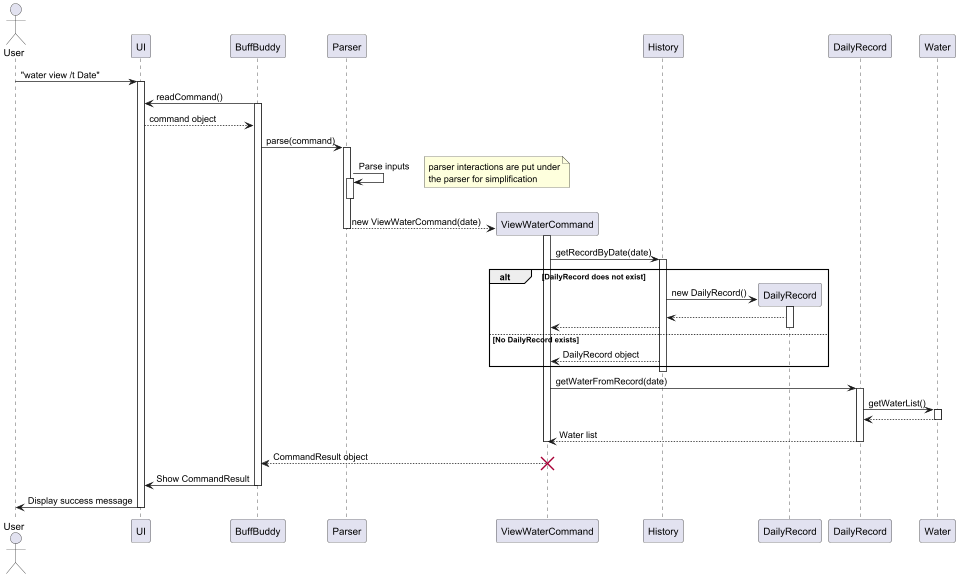
nus-cs2113-AY2425S1/tp keeps this PlantUML diagram as docs/images/viewWaterSequenceDiagram.png. Above is the earlier version.
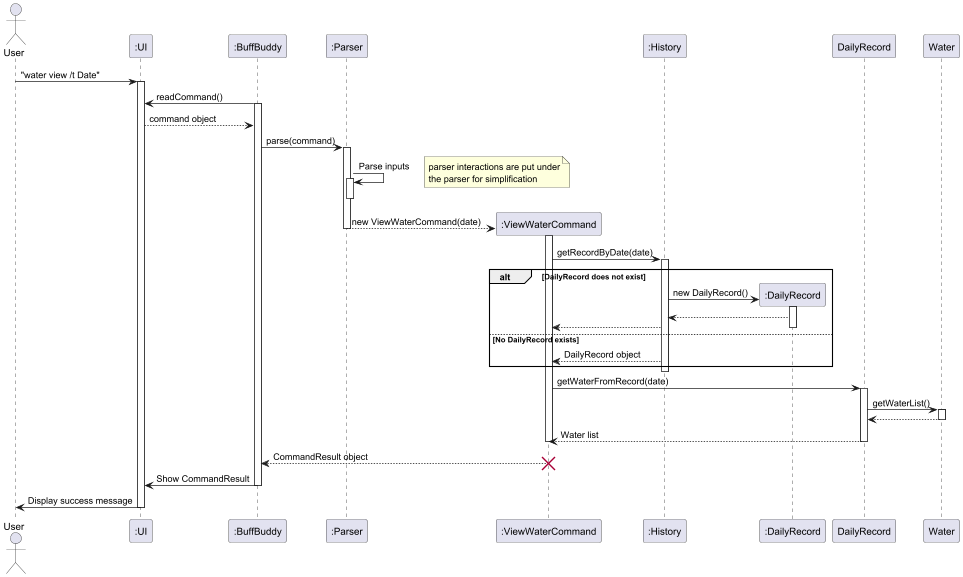
After the change.

What changed in the source:
```diff
@@ -1,12 +1,12 @@
 @startuml
 
 actor User
-participant "UI" as UI
-participant "BuffBuddy" as BB
-participant "Parser" as Parser
-participant "ViewWaterCommand" as Cmd
-participant "History" as History
-participant "DailyRecord" as DailyRec
+participant ":UI" as UI
+participant ":BuffBuddy" as BB
+participant ":Parser" as Parser
+participant ":ViewWaterCommand" as Cmd
+participant ":History" as History
+participant ":DailyRecord" as DailyRec
 
 User -> UI: "water view /t Date"
 activate UI
```
